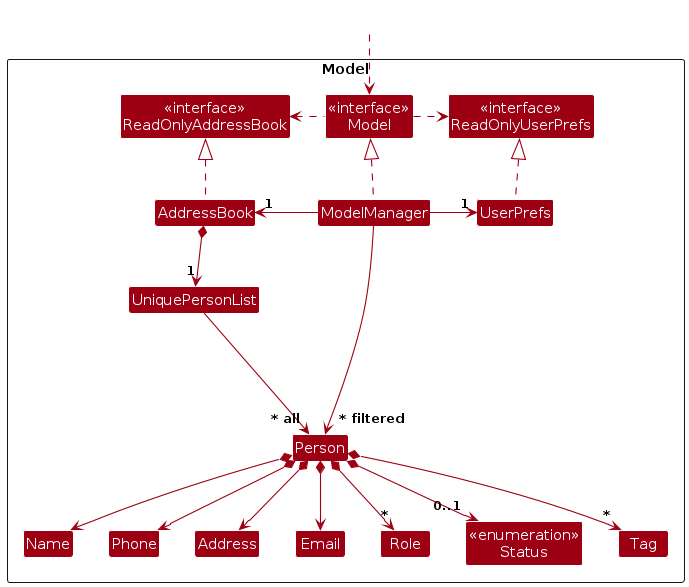
AY2526S1-CS2103T-F15b-3/tp keeps this PlantUML diagram as diagrams/ModelClassDiagram.png. Above is the earlier version. Its source is kept beside it as diagrams/ModelClassDiagram.puml.
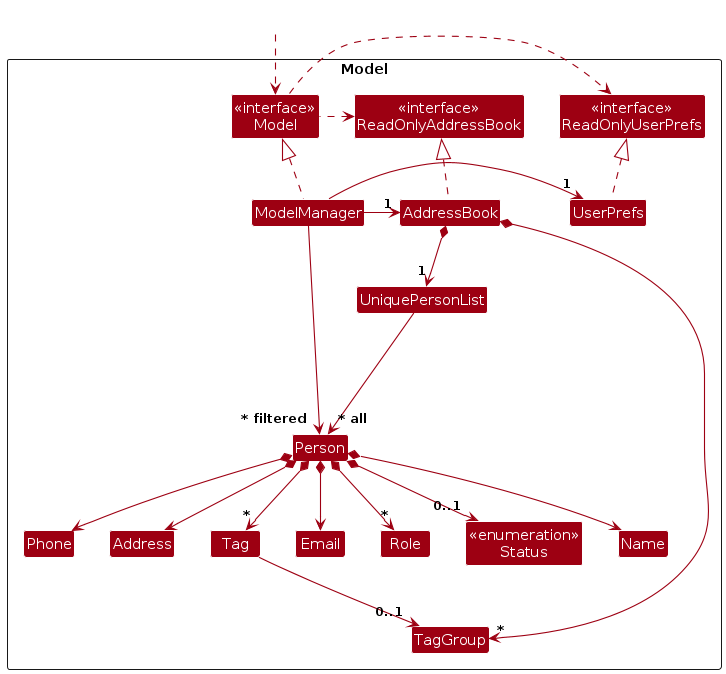
The same diagram one commit later.

Change to the diagram source:
```diff
@@ -21,6 +21,7 @@
 Class Phone
 Class Role
 Class Tag
+Class TagGroup
 
 
 Class I #FFFFFF
@@ -39,6 +40,7 @@
 UserPrefs .up.|> ReadOnlyUserPrefs
 
 AddressBook *--> "1" UniquePersonList
+AddressBook *--> "*" TagGroup
 UniquePersonList --> "~* all" Person
 Person *--> Name
 Person *--> Phone
@@ -47,6 +49,7 @@
 Person *--> "*" Role
 Person *--> "*" Tag
 Person *--> "0..1" Status
+Tag --> "0..1" TagGroup
 
 Person -[hidden]up--> I
 UniquePersonList -[hidden]right-> I
```
